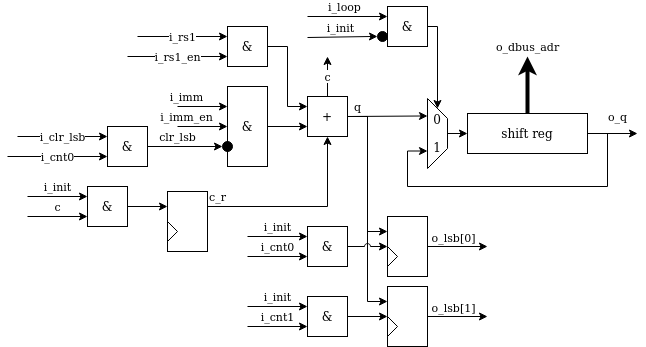
The draw.io diagram doc/serv_bufreg_int.png in olofk/serv, before a commit. Source tidied: cells renumbered, new cells last; positions are measured from the earlier drawing's top-left corner, leaving out a move shared by most shapes. The source it was exported from:
```xml
<mxGraphModel>
  <root>
    <mxCell id="0" />
    <mxCell id="1" parent="0" />
    <mxCell id="2" value="clr_lsb" style="edgeStyle=orthogonalEdgeStyle;rounded=0;jettySize=auto;html=1;exitX=1;exitY=0.5;exitDx=0;exitDy=0;jumpStyle=arc;entryX=0;entryY=0.5;entryDx=0;entryDy=0;" parent="1" edge="1" source="3" target="16">
      <mxGeometry x="-0.2" y="10" relative="1" as="geometry" />
    </mxCell>
    <mxCell id="3" value="&amp;amp;" style="rounded=0;whiteSpace=wrap;html=1;" parent="1" vertex="1">
      <mxGeometry x="100" y="120" width="40" height="40" as="geometry" />
    </mxCell>
    <mxCell id="4" value="i_clr_lsb" style="edgeStyle=orthogonalEdgeStyle;rounded=0;jettySize=auto;html=1;jumpStyle=arc;entryX=0;entryY=0.25;entryDx=0;entryDy=0;" parent="1" edge="1" target="3">
      <mxGeometry relative="1" as="geometry">
        <mxPoint x="10" y="130" as="sourcePoint" />
      </mxGeometry>
    </mxCell>
    <mxCell id="5" value="i_cnt0" style="edgeStyle=orthogonalEdgeStyle;rounded=0;jettySize=auto;html=1;jumpStyle=arc;entryX=0;entryY=0.75;entryDx=0;entryDy=0;" parent="1" edge="1" target="3">
      <mxGeometry relative="1" as="geometry">
        <mxPoint y="150" as="sourcePoint" />
      </mxGeometry>
    </mxCell>
    <mxCell id="6" style="edgeStyle=orthogonalEdgeStyle;rounded=0;jettySize=auto;html=1;exitX=1;exitY=0.5;exitDx=0;exitDy=0;jumpStyle=arc;entryX=0;entryY=0.25;entryDx=0;entryDy=0;" parent="1" edge="1" source="7" target="11">
      <mxGeometry relative="1" as="geometry">
        <Array as="points">
          <mxPoint x="280" y="40" />
          <mxPoint x="280" y="100" />
        </Array>
      </mxGeometry>
    </mxCell>
    <mxCell id="7" value="&amp;amp;" style="rounded=0;whiteSpace=wrap;html=1;" parent="1" vertex="1">
      <mxGeometry x="220" y="20" width="40" height="40" as="geometry" />
    </mxCell>
    <mxCell id="8" value="i_rs1" style="edgeStyle=orthogonalEdgeStyle;rounded=0;jettySize=auto;html=1;jumpStyle=arc;entryX=0;entryY=0.25;entryDx=0;entryDy=0;" parent="1" edge="1" target="7">
      <mxGeometry relative="1" as="geometry">
        <mxPoint x="130" y="30" as="sourcePoint" />
      </mxGeometry>
    </mxCell>
    <mxCell id="9" value="i_rs1_en" style="edgeStyle=orthogonalEdgeStyle;rounded=0;jettySize=auto;html=1;jumpStyle=arc;entryX=0;entryY=0.75;entryDx=0;entryDy=0;" parent="1" edge="1" target="7">
      <mxGeometry relative="1" as="geometry">
        <mxPoint x="120" y="50" as="sourcePoint" />
      </mxGeometry>
    </mxCell>
    <mxCell id="10" style="edgeStyle=orthogonalEdgeStyle;rounded=0;jumpStyle=arc;jettySize=auto;html=1;exitX=1;exitY=0.5;exitDx=0;exitDy=0;entryX=0;entryY=0.25;entryDx=0;entryDy=0;" parent="1" edge="1" source="11" target="30">
      <mxGeometry relative="1" as="geometry" />
    </mxCell>
    <mxCell id="11" value="+" style="rounded=0;whiteSpace=wrap;html=1;" parent="1" vertex="1">
      <mxGeometry x="300" y="90" width="40" height="40" as="geometry" />
    </mxCell>
    <mxCell id="12" style="edgeStyle=orthogonalEdgeStyle;rounded=0;jumpStyle=arc;jettySize=auto;html=1;exitX=1;exitY=0.5;exitDx=0;exitDy=0;entryX=0;entryY=0.75;entryDx=0;entryDy=0;" parent="1" edge="1" source="13" target="11">
      <mxGeometry relative="1" as="geometry" />
    </mxCell>
    <mxCell id="13" value="&amp;amp;" style="rounded=0;whiteSpace=wrap;html=1;" parent="1" vertex="1">
      <mxGeometry x="220" y="80" width="40" height="80" as="geometry" />
    </mxCell>
    <mxCell id="14" value="i_imm" style="edgeStyle=orthogonalEdgeStyle;rounded=0;jettySize=auto;html=1;jumpStyle=arc;entryX=0;entryY=0.25;entryDx=0;entryDy=0;" parent="1" edge="1" target="13">
      <mxGeometry x="-0.64" y="10" relative="1" as="geometry">
        <mxPoint x="170" y="100" as="sourcePoint" />
      </mxGeometry>
    </mxCell>
    <mxCell id="15" value="i_imm_en" style="edgeStyle=orthogonalEdgeStyle;rounded=0;orthogonalLoop=1;jettySize=auto;html=1;jumpStyle=arc;" parent="1" edge="1">
      <mxGeometry x="-0.64" y="10" relative="1" as="geometry">
        <mxPoint x="170" y="120" as="sourcePoint" />
        <mxPoint x="220" y="120" as="targetPoint" />
      </mxGeometry>
    </mxCell>
    <mxCell id="16" style="ellipse;whiteSpace=wrap;html=1;fillColor=#000000;" parent="1" vertex="1">
      <mxGeometry x="215" y="135" width="10" height="10" as="geometry" />
    </mxCell>
    <mxCell id="17" value="c" style="edgeStyle=orthogonalEdgeStyle;rounded=0;jettySize=auto;html=1;exitX=0.5;exitY=0;exitDx=0;exitDy=0;jumpStyle=arc;" parent="1" edge="1" source="11">
      <mxGeometry relative="1" as="geometry">
        <mxPoint x="320" y="50" as="targetPoint" />
      </mxGeometry>
    </mxCell>
    <mxCell id="18" value="q" style="edgeStyle=orthogonalEdgeStyle;rounded=0;jettySize=auto;html=1;exitX=1;exitY=0.5;exitDx=0;exitDy=0;jumpStyle=arc;entryX=0.25;entryY=1;entryDx=0;entryDy=0;" parent="1" edge="1" source="11" target="26">
      <mxGeometry x="0.01" y="31" relative="1" as="geometry">
        <mxPoint x="1" y="-10" as="offset" />
      </mxGeometry>
    </mxCell>
    <mxCell id="19" style="ellipse;whiteSpace=wrap;html=1;fillColor=#000000;" parent="1" vertex="1">
      <mxGeometry x="370" y="25" width="10" height="10" as="geometry" />
    </mxCell>
    <mxCell id="20" style="edgeStyle=orthogonalEdgeStyle;rounded=0;jumpStyle=arc;jettySize=auto;html=1;exitX=1;exitY=0.5;exitDx=0;exitDy=0;entryX=0;entryY=0.5;entryDx=0;entryDy=0;" parent="1" edge="1" source="21" target="26">
      <mxGeometry relative="1" as="geometry">
        <Array as="points">
          <mxPoint x="430" y="20" />
        </Array>
      </mxGeometry>
    </mxCell>
    <mxCell id="21" value="&amp;amp;" style="rounded=0;whiteSpace=wrap;html=1;" parent="1" vertex="1">
      <mxGeometry x="380" width="40" height="40" as="geometry" />
    </mxCell>
    <mxCell id="22" style="edgeStyle=orthogonalEdgeStyle;rounded=0;jumpStyle=arc;jettySize=auto;html=1;exitX=1;exitY=0.5;exitDx=0;exitDy=0;entryX=0.75;entryY=1;entryDx=0;entryDy=0;" parent="1" edge="1" source="24" target="26">
      <mxGeometry relative="1" as="geometry">
        <Array as="points">
          <mxPoint x="600" y="127" />
          <mxPoint x="600" y="180" />
          <mxPoint x="400" y="180" />
          <mxPoint x="400" y="145" />
        </Array>
      </mxGeometry>
    </mxCell>
    <mxCell id="23" value="o_dbus_adr" style="edgeStyle=orthogonalEdgeStyle;rounded=0;jettySize=auto;html=1;exitX=0.5;exitY=0;exitDx=0;exitDy=0;strokeWidth=4;" parent="1" edge="1" source="24">
      <mxGeometry x="1" y="10" relative="1" as="geometry">
        <mxPoint x="520" y="50" as="targetPoint" />
        <mxPoint x="10" y="-10" as="offset" />
      </mxGeometry>
    </mxCell>
    <mxCell id="24" value="shift reg" style="rounded=0;whiteSpace=wrap;html=1;fillColor=#FFFFFF;" parent="1" vertex="1">
      <mxGeometry x="460" y="107" width="120" height="40" as="geometry" />
    </mxCell>
    <mxCell id="25" style="edgeStyle=orthogonalEdgeStyle;rounded=0;jumpStyle=arc;jettySize=auto;html=1;exitX=0.5;exitY=0;exitDx=0;exitDy=0;entryX=0;entryY=0.5;entryDx=0;entryDy=0;" parent="1" edge="1" source="26" target="24">
      <mxGeometry relative="1" as="geometry" />
    </mxCell>
    <mxCell id="26" value="&lt;div&gt;0&lt;/div&gt;&lt;div&gt;&lt;br&gt;&lt;/div&gt;&lt;div&gt;1&lt;/div&gt;" style="shape=trapezoid;perimeter=trapezoidPerimeter;whiteSpace=wrap;html=1;fixedSize=1;fillColor=#FFFFFF;direction=south;" parent="1" vertex="1">
      <mxGeometry x="420" y="92" width="20" height="70" as="geometry" />
    </mxCell>
    <mxCell id="27" value="&lt;div&gt;i_loop&lt;/div&gt;" style="edgeStyle=orthogonalEdgeStyle;rounded=0;jettySize=auto;html=1;jumpStyle=arc;entryX=0;entryY=0.25;entryDx=0;entryDy=0;" parent="1" edge="1" target="21">
      <mxGeometry x="-0.08" y="10" relative="1" as="geometry">
        <mxPoint x="300" y="10" as="sourcePoint" />
      </mxGeometry>
    </mxCell>
    <mxCell id="28" value="i_init" style="edgeStyle=orthogonalEdgeStyle;rounded=0;jettySize=auto;html=1;jumpStyle=arc;entryX=0;entryY=0.5;entryDx=0;entryDy=0;" parent="1" edge="1" target="19">
      <mxGeometry x="-0.08" y="10" relative="1" as="geometry">
        <mxPoint x="300" y="31" as="sourcePoint" />
      </mxGeometry>
    </mxCell>
    <mxCell id="29" style="group;" parent="1" vertex="1">
      <mxGeometry x="380" y="210" width="40" height="60" as="geometry" />
    </mxCell>
    <mxCell id="30" style="rounded=0;whiteSpace=wrap;html=1;fillColor=#FFFFFF;" parent="29" vertex="1">
      <mxGeometry width="40" height="60" as="geometry" />
    </mxCell>
    <mxCell id="31" style="triangle;whiteSpace=wrap;html=1;fillColor=#FFFFFF;" parent="29" vertex="1">
      <mxGeometry y="30" width="10" height="20" as="geometry" />
    </mxCell>
    <mxCell id="32" style="group;" parent="1" vertex="1">
      <mxGeometry x="380" y="280" width="40" height="60" as="geometry" />
    </mxCell>
    <mxCell id="33" style="rounded=0;whiteSpace=wrap;html=1;fillColor=#FFFFFF;" parent="32" vertex="1">
      <mxGeometry width="40" height="60" as="geometry" />
    </mxCell>
    <mxCell id="34" style="triangle;whiteSpace=wrap;html=1;fillColor=#FFFFFF;" parent="32" vertex="1">
      <mxGeometry y="30" width="10" height="20" as="geometry" />
    </mxCell>
    <mxCell id="35" style="edgeStyle=orthogonalEdgeStyle;rounded=0;jumpStyle=arc;jettySize=auto;html=1;exitX=1;exitY=0.5;exitDx=0;exitDy=0;entryX=0;entryY=0.25;entryDx=0;entryDy=0;" parent="1" edge="1" source="11" target="33">
      <mxGeometry relative="1" as="geometry" />
    </mxCell>
    <mxCell id="36" style="edgeStyle=orthogonalEdgeStyle;rounded=0;jettySize=auto;html=1;exitX=1;exitY=0.5;exitDx=0;exitDy=0;entryX=0;entryY=0.5;entryDx=0;entryDy=0;jumpStyle=arc;" parent="1" edge="1" source="37" target="30">
      <mxGeometry relative="1" as="geometry" />
    </mxCell>
    <mxCell id="37" value="&amp;amp;" style="rounded=0;whiteSpace=wrap;html=1;" parent="1" vertex="1">
      <mxGeometry x="300" y="220" width="40" height="40" as="geometry" />
    </mxCell>
    <mxCell id="38" value="i_init" style="edgeStyle=orthogonalEdgeStyle;rounded=0;jettySize=auto;html=1;jumpStyle=arc;entryX=0;entryY=0.25;entryDx=0;entryDy=0;" parent="1" edge="1" target="37">
      <mxGeometry y="10" relative="1" as="geometry">
        <mxPoint x="240" y="230" as="sourcePoint" />
      </mxGeometry>
    </mxCell>
    <mxCell id="39" value="i_cnt0" style="edgeStyle=orthogonalEdgeStyle;rounded=0;jettySize=auto;html=1;jumpStyle=arc;entryX=0;entryY=0.75;entryDx=0;entryDy=0;" parent="1" edge="1" target="37">
      <mxGeometry y="10" relative="1" as="geometry">
        <mxPoint x="240" y="250" as="sourcePoint" />
      </mxGeometry>
    </mxCell>
    <mxCell id="40" style="edgeStyle=orthogonalEdgeStyle;rounded=0;jettySize=auto;html=1;exitX=1;exitY=0.5;exitDx=0;exitDy=0;entryX=0;entryY=0.5;entryDx=0;entryDy=0;jumpStyle=arc;" parent="1" edge="1" source="41" target="33">
      <mxGeometry relative="1" as="geometry" />
    </mxCell>
    <mxCell id="41" value="&amp;amp;" style="rounded=0;whiteSpace=wrap;html=1;" parent="1" vertex="1">
      <mxGeometry x="300" y="290" width="40" height="40" as="geometry" />
    </mxCell>
    <mxCell id="42" value="i_init" style="edgeStyle=orthogonalEdgeStyle;rounded=0;jettySize=auto;html=1;jumpStyle=arc;entryX=0;entryY=0.25;entryDx=0;entryDy=0;" parent="1" edge="1" target="41">
      <mxGeometry y="10" relative="1" as="geometry">
        <mxPoint x="240" y="300" as="sourcePoint" />
      </mxGeometry>
    </mxCell>
    <mxCell id="43" value="i_cnt1" style="edgeStyle=orthogonalEdgeStyle;rounded=0;jettySize=auto;html=1;jumpStyle=arc;entryX=0;entryY=0.75;entryDx=0;entryDy=0;" parent="1" edge="1" target="41">
      <mxGeometry y="10" relative="1" as="geometry">
        <mxPoint x="240" y="320" as="sourcePoint" />
      </mxGeometry>
    </mxCell>
    <mxCell id="44" style="edgeStyle=orthogonalEdgeStyle;rounded=0;jettySize=auto;html=1;exitX=1;exitY=0.5;exitDx=0;exitDy=0;" parent="1" edge="1" source="30">
      <mxGeometry relative="1" as="geometry">
        <mxPoint x="480" y="240" as="targetPoint" />
      </mxGeometry>
    </mxCell>
    <mxCell id="45" value="o_lsb[0]" style="edgeLabel;html=1;align=center;verticalAlign=middle;" parent="44" vertex="1">
      <mxGeometry x="-0.25" y="-2" relative="1" as="geometry">
        <mxPoint x="2" y="-12" as="offset" />
      </mxGeometry>
    </mxCell>
    <mxCell id="46" style="edgeStyle=orthogonalEdgeStyle;rounded=0;jettySize=auto;html=1;exitX=1;exitY=0.5;exitDx=0;exitDy=0;" parent="1" edge="1" source="33">
      <mxGeometry relative="1" as="geometry">
        <mxPoint x="480" y="310" as="targetPoint" />
      </mxGeometry>
    </mxCell>
    <mxCell id="47" value="o_lsb[1]" style="edgeLabel;html=1;align=center;verticalAlign=middle;" parent="46" vertex="1">
      <mxGeometry x="-0.25" y="-2" relative="1" as="geometry">
        <mxPoint x="2" y="-12" as="offset" />
      </mxGeometry>
    </mxCell>
    <mxCell id="48" value="o_q" style="edgeStyle=orthogonalEdgeStyle;rounded=0;jumpStyle=arc;jettySize=auto;html=1;exitX=1;exitY=0.5;exitDx=0;exitDy=0;" parent="1" edge="1" source="24">
      <mxGeometry x="0.2" y="17" relative="1" as="geometry">
        <mxPoint x="630" y="127" as="targetPoint" />
      </mxGeometry>
    </mxCell>
    <mxCell id="49" style="group;" parent="1" vertex="1">
      <mxGeometry x="160" y="185" width="40" height="60" as="geometry" />
    </mxCell>
    <mxCell id="50" style="rounded=0;whiteSpace=wrap;html=1;fillColor=#FFFFFF;" parent="49" vertex="1">
      <mxGeometry width="40" height="60" as="geometry" />
    </mxCell>
    <mxCell id="51" style="triangle;whiteSpace=wrap;html=1;fillColor=#FFFFFF;" parent="49" vertex="1">
      <mxGeometry y="30" width="10" height="20" as="geometry" />
    </mxCell>
    <mxCell id="52" value="&amp;amp;" style="rounded=0;whiteSpace=wrap;html=1;" parent="1" vertex="1">
      <mxGeometry x="80" y="180" width="40" height="40" as="geometry" />
    </mxCell>
    <mxCell id="53" value="i_init" style="edgeStyle=orthogonalEdgeStyle;rounded=0;jettySize=auto;html=1;jumpStyle=arc;entryX=0;entryY=0.25;entryDx=0;entryDy=0;" parent="1" edge="1" target="52">
      <mxGeometry y="10" relative="1" as="geometry">
        <mxPoint x="20" y="190" as="sourcePoint" />
      </mxGeometry>
    </mxCell>
    <mxCell id="54" value="c" style="edgeStyle=orthogonalEdgeStyle;rounded=0;jettySize=auto;html=1;jumpStyle=arc;entryX=0;entryY=0.75;entryDx=0;entryDy=0;" parent="1" edge="1" target="52">
      <mxGeometry y="10" relative="1" as="geometry">
        <mxPoint x="20" y="210" as="sourcePoint" />
      </mxGeometry>
    </mxCell>
    <mxCell id="55" style="edgeStyle=orthogonalEdgeStyle;rounded=0;jettySize=auto;html=1;exitX=1;exitY=0.5;exitDx=0;exitDy=0;jumpStyle=arc;entryX=0;entryY=0.25;entryDx=0;entryDy=0;" parent="1" edge="1" source="52" target="50">
      <mxGeometry relative="1" as="geometry" />
    </mxCell>
    <mxCell id="56" value="c_r" style="edgeStyle=orthogonalEdgeStyle;rounded=0;jumpStyle=arc;jettySize=auto;html=1;exitX=1;exitY=0.25;exitDx=0;exitDy=0;strokeWidth=1;entryX=0.5;entryY=1;entryDx=0;entryDy=0;" parent="1" edge="1" source="50" target="11">
      <mxGeometry x="0.37" y="110" relative="1" as="geometry" />
    </mxCell>
  </root>
</mxGraphModel>
```
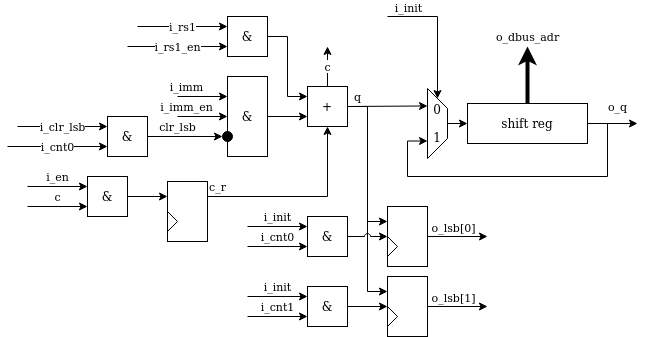
After the commit.

Commit message:
Remove redundant bufreg_loop control signal

What changed in the source:
```diff
@@ -75,19 +75,19 @@
         <mxPoint x="1" y="-10" as="offset" />
       </mxGeometry>
     </mxCell>
-    <mxCell id="19" style="ellipse;whiteSpace=wrap;html=1;fillColor=#000000;" parent="1" vertex="1">
-      <mxGeometry x="370" y="25" width="10" height="10" as="geometry" />
-    </mxCell>
-    <mxCell id="20" style="edgeStyle=orthogonalEdgeStyle;rounded=0;jumpStyle=arc;jettySize=auto;html=1;exitX=1;exitY=0.5;exitDx=0;exitDy=0;entryX=0;entryY=0.5;entryDx=0;entryDy=0;" parent="1" edge="1" source="21" target="26">
+    <mxCell id="20" style="edgeStyle=orthogonalEdgeStyle;rounded=0;jumpStyle=arc;jettySize=auto;html=1;entryX=0;entryY=0.5;entryDx=0;entryDy=0;" parent="1" edge="1" target="26">
       <mxGeometry relative="1" as="geometry">
+        <mxPoint x="380" y="20" as="sourcePoint" />
         <Array as="points">
           <mxPoint x="430" y="20" />
         </Array>
       </mxGeometry>
     </mxCell>
-    <mxCell id="21" value="&amp;amp;" style="rounded=0;whiteSpace=wrap;html=1;" parent="1" vertex="1">
-      <mxGeometry x="380" width="40" height="40" as="geometry" />
-    </mxCell>
+    <mxCell id="28" value="i_init" style="edgeLabel;html=1;align=center;verticalAlign=middle;" parent="20" vertex="1">
+      <mxGeometry x="-0.63" y="-4" relative="1" as="geometry">
+        <mxPoint x="-4" y="-14" as="offset" />
+      </mxGeometry>
+    </mxCell>
     <mxCell id="22" style="edgeStyle=orthogonalEdgeStyle;rounded=0;jumpStyle=arc;jettySize=auto;html=1;exitX=1;exitY=0.5;exitDx=0;exitDy=0;entryX=0.75;entryY=1;entryDx=0;entryDy=0;" parent="1" edge="1" source="24" target="26">
       <mxGeometry relative="1" as="geometry">
         <Array as="points">
@@ -113,16 +113,6 @@
     <mxCell id="26" value="&lt;div&gt;0&lt;/div&gt;&lt;div&gt;&lt;br&gt;&lt;/div&gt;&lt;div&gt;1&lt;/div&gt;" style="shape=trapezoid;perimeter=trapezoidPerimeter;whiteSpace=wrap;html=1;fixedSize=1;fillColor=#FFFFFF;direction=south;" parent="1" vertex="1">
       <mxGeometry x="420" y="92" width="20" height="70" as="geometry" />
     </mxCell>
-    <mxCell id="27" value="&lt;div&gt;i_loop&lt;/div&gt;" style="edgeStyle=orthogonalEdgeStyle;rounded=0;jettySize=auto;html=1;jumpStyle=arc;entryX=0;entryY=0.25;entryDx=0;entryDy=0;" parent="1" edge="1" target="21">
-      <mxGeometry x="-0.08" y="10" relative="1" as="geometry">
-        <mxPoint x="300" y="10" as="sourcePoint" />
-      </mxGeometry>
-    </mxCell>
-    <mxCell id="28" value="i_init" style="edgeStyle=orthogonalEdgeStyle;rounded=0;jettySize=auto;html=1;jumpStyle=arc;entryX=0;entryY=0.5;entryDx=0;entryDy=0;" parent="1" edge="1" target="19">
-      <mxGeometry x="-0.08" y="10" relative="1" as="geometry">
-        <mxPoint x="300" y="31" as="sourcePoint" />
-      </mxGeometry>
-    </mxCell>
     <mxCell id="29" style="group;" parent="1" vertex="1">
       <mxGeometry x="380" y="210" width="40" height="60" as="geometry" />
     </mxCell>
@@ -213,7 +203,7 @@
     <mxCell id="52" value="&amp;amp;" style="rounded=0;whiteSpace=wrap;html=1;" parent="1" vertex="1">
       <mxGeometry x="80" y="180" width="40" height="40" as="geometry" />
     </mxCell>
-    <mxCell id="53" value="i_init" style="edgeStyle=orthogonalEdgeStyle;rounded=0;jettySize=auto;html=1;jumpStyle=arc;entryX=0;entryY=0.25;entryDx=0;entryDy=0;" parent="1" edge="1" target="52">
+    <mxCell id="53" value="i_en" style="edgeStyle=orthogonalEdgeStyle;rounded=0;jettySize=auto;html=1;jumpStyle=arc;entryX=0;entryY=0.25;entryDx=0;entryDy=0;" parent="1" edge="1" target="52">
       <mxGeometry y="10" relative="1" as="geometry">
         <mxPoint x="20" y="190" as="sourcePoint" />
       </mxGeometry>
```
